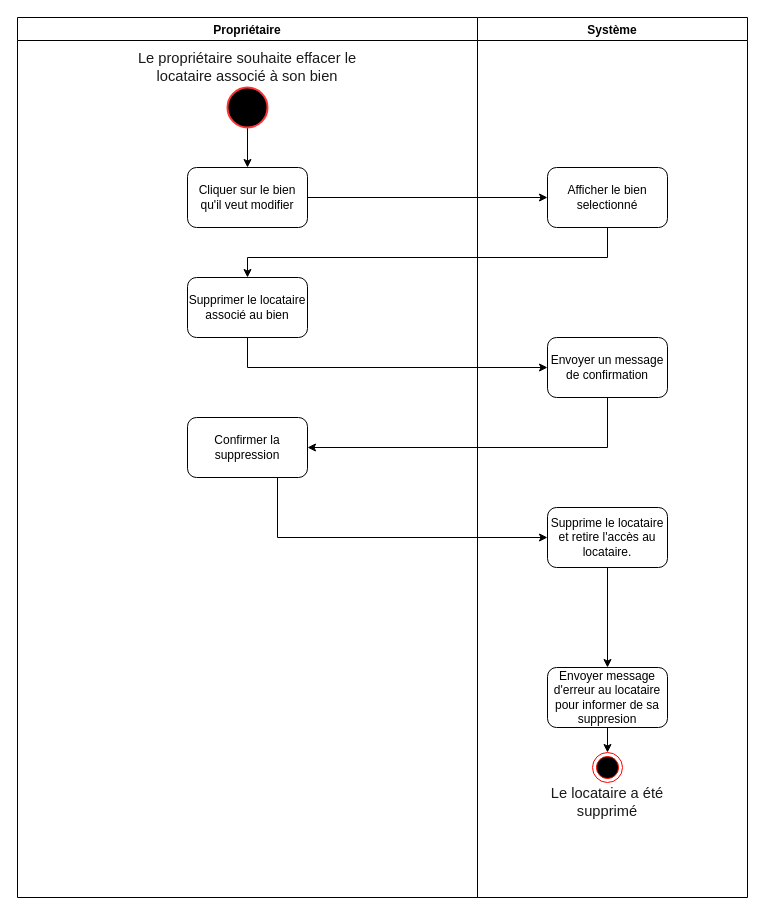
Julienthum/Co-Lock keeps this draw.io diagram as page "(+) Supprimer le Locataire" (14 of 23) of Ko-loc (1).drawio. Above is the earlier version. Source tidied: cells renumbered, new cells numbered last; positions are measured from the earlier drawing's top-left corner, leaving out a move shared by most shapes. Both pictures are drawn from the tidied source at 100%, with x=0, y=0 at pixel (17, 17).
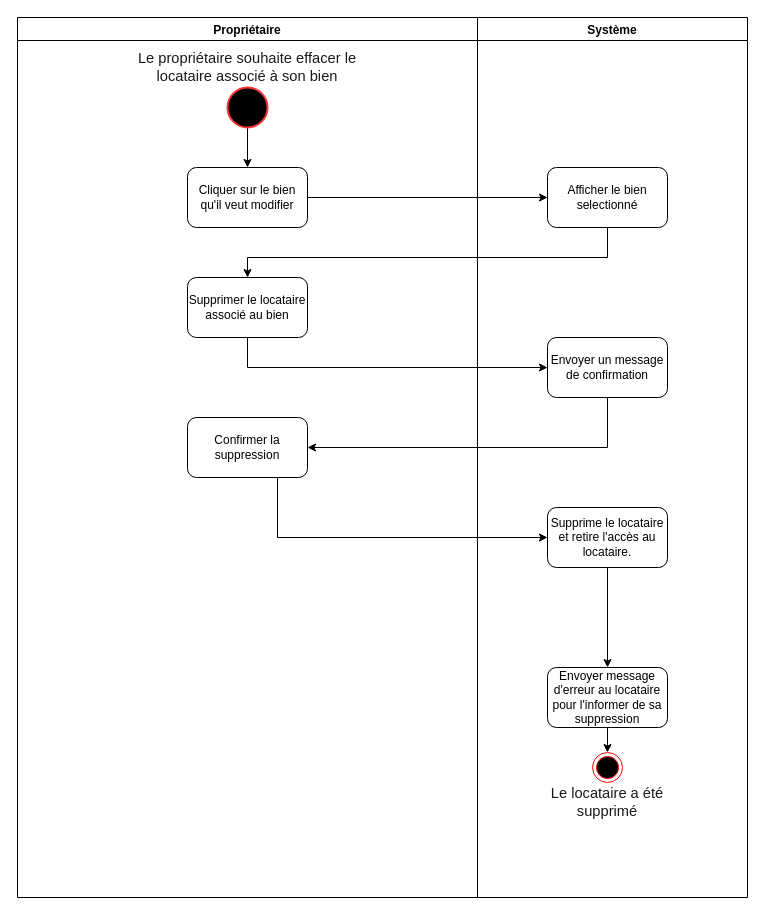
Above is the later version.

The change refers to these unchanged cells:
```xml
<mxCell id="9" value="Système" style="swimlane;fontSize=12;strokeColor=#000000;fillColor=#FFFFFF;" parent="1" vertex="1">
  <mxGeometry x="460" width="270" height="880" as="geometry" />
</mxCell>
```

The edit, as a diff of the source:
```diff
@@
-    <mxCell id="13" value="Envoyer message d'erreur au locataire pour informer de sa suppresion" style="rounded=1;whiteSpace=wrap;html=1;fontSize=12;strokeColor=#000000;fillColor=#FFFFFF;" parent="9" vertex="1">
+    <mxCell id="13" value="Envoyer message d'erreur au locataire pour l'informer de sa suppression" style="rounded=1;whiteSpace=wrap;html=1;fontSize=12;strokeColor=#000000;fillColor=#FFFFFF;" parent="9" vertex="1">
       <mxGeometry x="70" y="650" width="120" height="60" as="geometry" />
     </mxCell>
```
